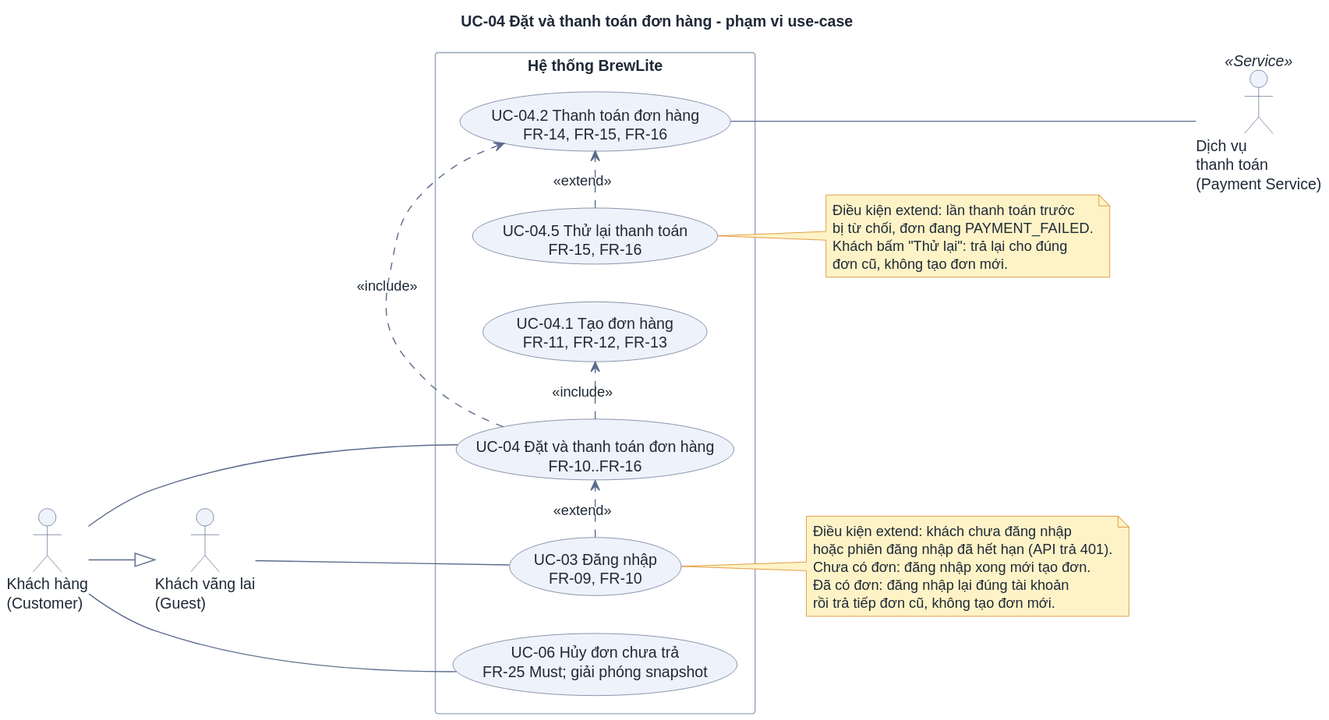
DuVinhLoi/BrewLite keeps this PlantUML diagram as docs/requirements/uc-checkout.svg. Above is the earlier version.
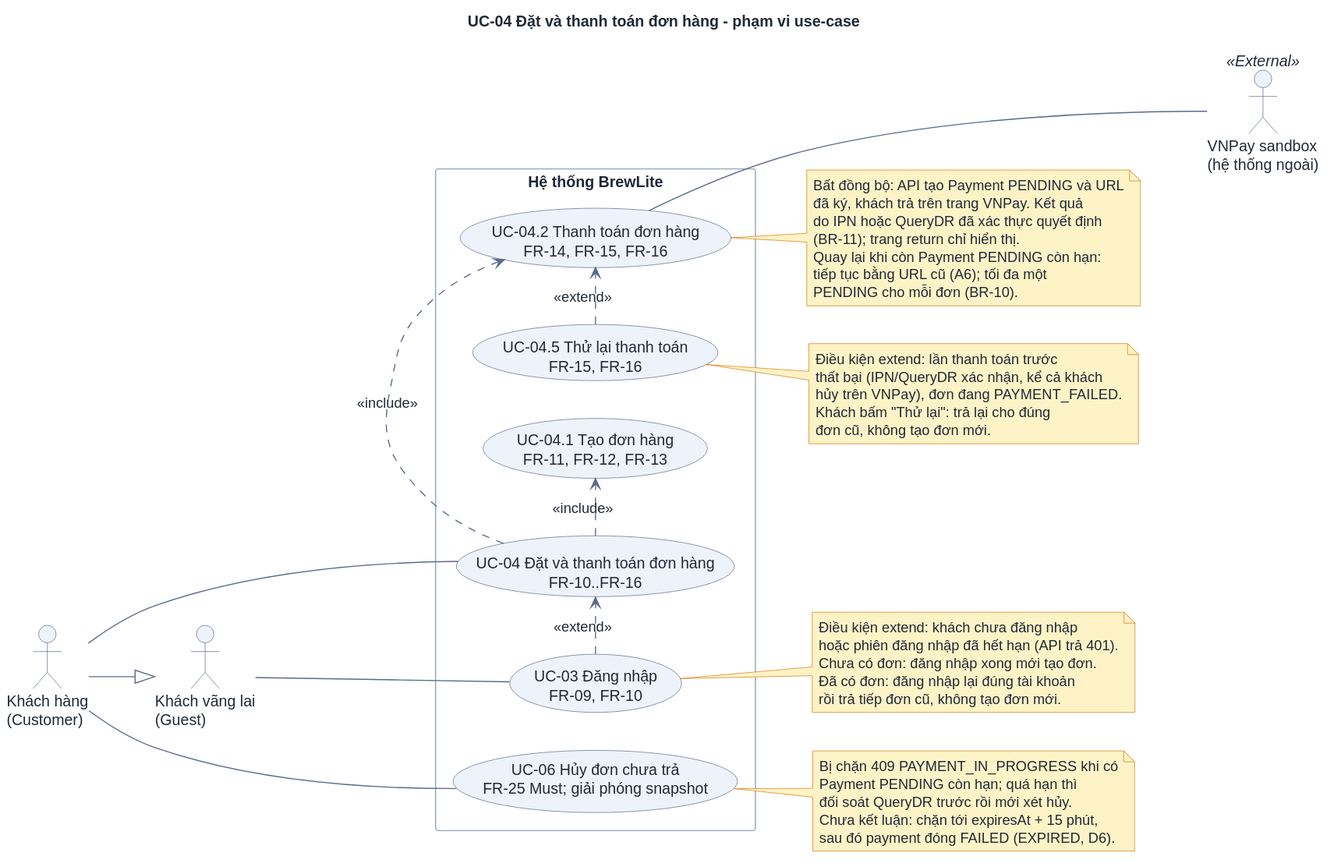
After the change.

Commit message:
docs(diagrams): re-export all seven SVGs from PlantUML sources for VNPay

Change to the diagram source:
```diff
@@ -18,7 +18,7 @@
 
 actor "Khách vãng lai\n(Guest)" as Guest
 actor "Khách hàng\n(Customer)" as Customer
-actor "Dịch vụ\nthanh toán\n(Payment Service)" as Pay <<Service>>
+actor "VNPay sandbox\n(hệ thống ngoài)" as Pay <<External>>
 
 Customer --|> Guest
 
@@ -52,8 +52,27 @@
 
 note right of UC045
   Điều kiện extend: lần thanh toán trước
-  bị từ chối, đơn đang PAYMENT_FAILED.
+  thất bại (IPN/QueryDR xác nhận, kể cả khách
+  hủy trên VNPay), đơn đang PAYMENT_FAILED.
   Khách bấm "Thử lại": trả lại cho đúng
   đơn cũ, không tạo đơn mới.
 end note
+
+note right of UC042
+  Bất đồng bộ: API tạo Payment PENDING và URL
+  đã ký, khách trả trên trang VNPay. Kết quả
+  do IPN hoặc QueryDR đã xác thực quyết định
+  (BR-11); trang return chỉ hiển thị.
+  Quay lại khi còn Payment PENDING còn hạn:
+  tiếp tục bằng URL cũ (A6); tối đa một
+  PENDING cho mỗi đơn (BR-10).
+end note
+
+note right of UC06
+  Bị chặn 409 PAYMENT_IN_PROGRESS khi có
+  Payment PENDING còn hạn; quá hạn thì
+  đối soát QueryDR trước rồi mới xét hủy.
+  Chưa kết luận: chặn tới expiresAt + 15 phút,
+  sau đó payment đóng FAILED (EXPIRED, D6).
+end note
 @enduml
```
